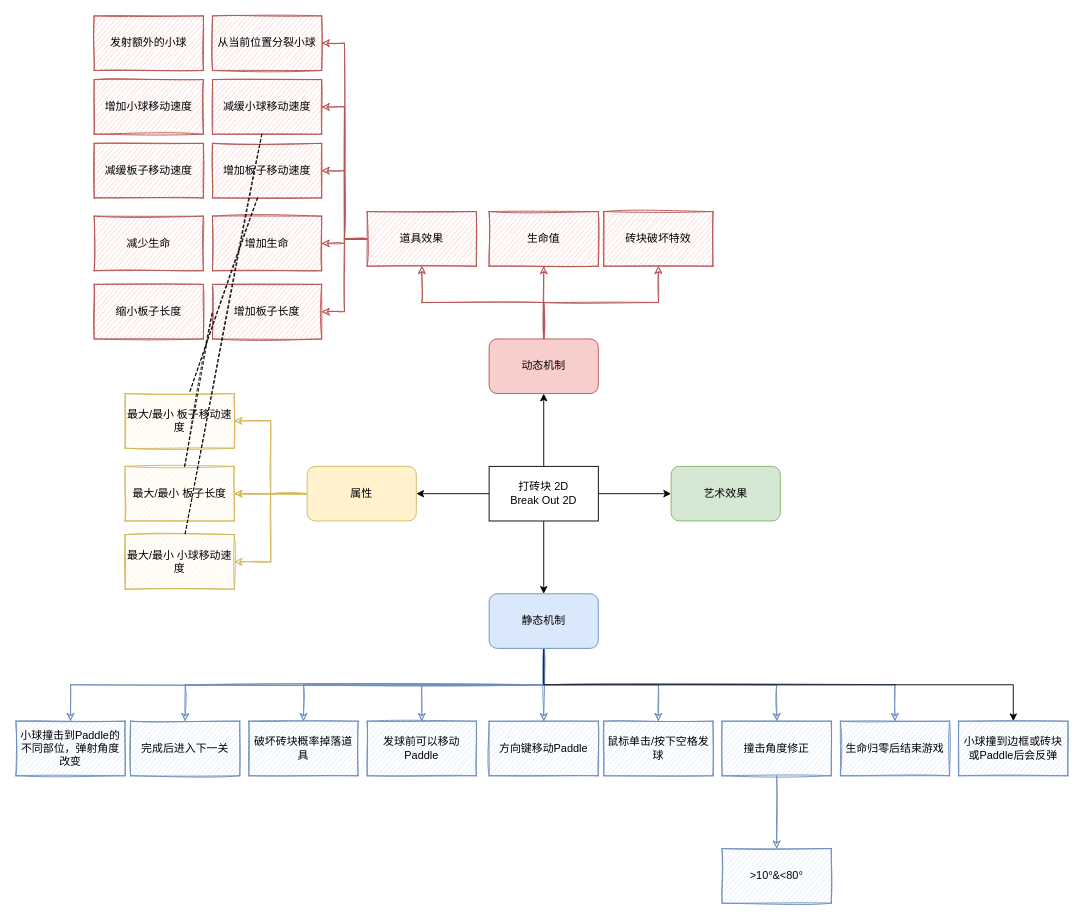
This is page "Game Design" (1 of 2) of Brickout Game Design.drawio from 8cher/Breakout-2D, a draw.io file, before an edit. Source tidied: cells renumbered, new cells numbered last; positions are measured from the earlier drawing's top-left corner, leaving out a move shared by most shapes. Both pictures are drawn from the tidied source at 91%, with x=0, y=0 at pixel (15, 15).
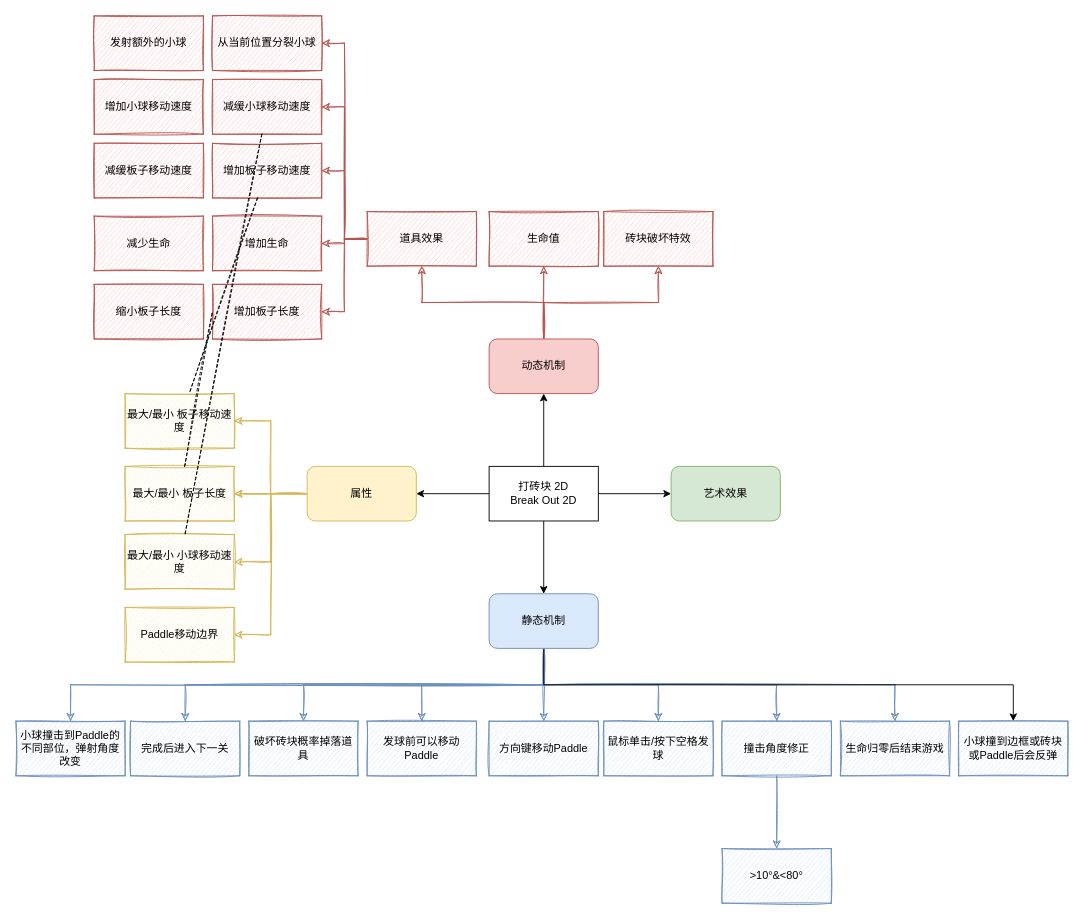
The same diagram, later.

Unchanged cells that the change refers to:
```xml
<mxCell id="16" value="属性" style="whiteSpace=wrap;html=1;rounded=1;fillColor=#fff2cc;strokeColor=#d6b656;" parent="1" vertex="1">
  <mxGeometry x="320" y="495" width="120" height="60" as="geometry" />
</mxCell>
```

The edit, as a diff of the source:
```diff
@@
+    <mxCell id="62" style="edgeStyle=orthogonalEdgeStyle;rounded=0;jettySize=auto;html=1;entryX=1;entryY=0.5;entryDx=0;entryDy=0;sketch=1;fillColor=#fff2cc;strokeColor=#d6b656;" parent="1" edge="1" source="16" target="63">
+      <mxGeometry relative="1" as="geometry" />
+    </mxCell>
@@
+    <mxCell id="63" value="Paddle移动边界" style="whiteSpace=wrap;html=1;rounded=0;strokeColor=#d6b656;fillColor=#fff2cc;sketch=1;glass=0;shadow=0;absoluteArcSize=0;" parent="1" vertex="1">
+      <mxGeometry x="120" y="650" width="120" height="60" as="geometry" />
+    </mxCell>
```
